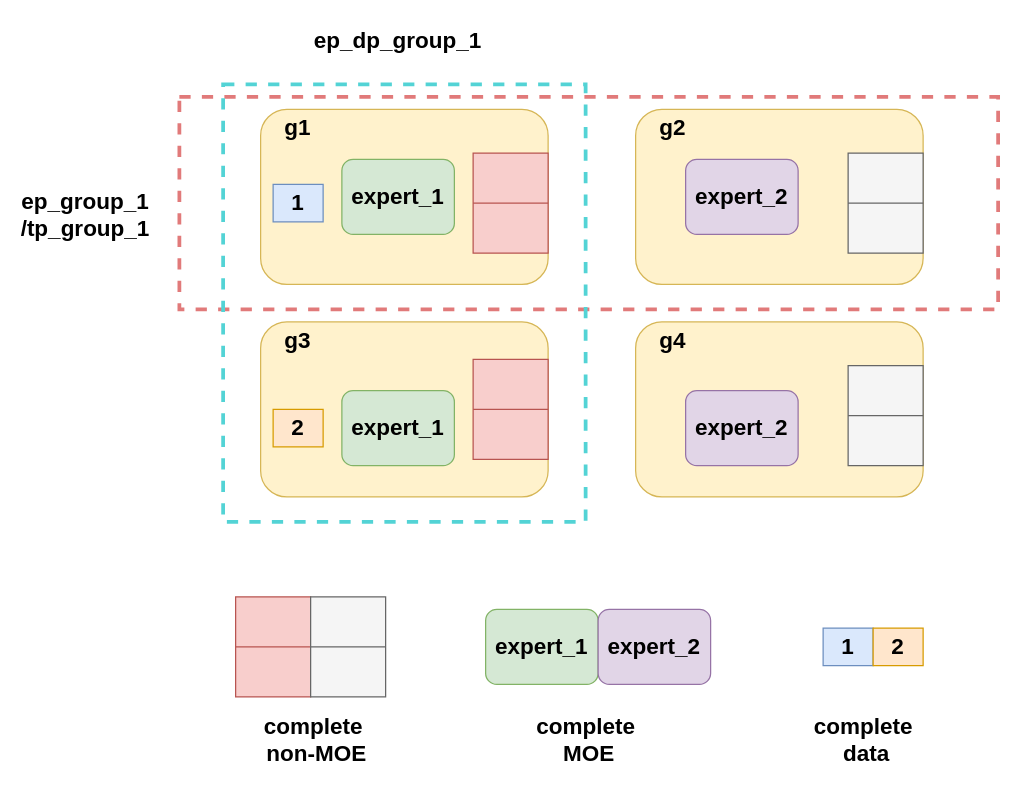
Above: drawio_images/DP2TP2+EP2(DP2).drawio in zty-king/zty-king (draw.io), before the change. Source tidied: cells renumbered, new cells numbered last; positions are measured from the earlier drawing's top-left corner, leaving out a move shared by most shapes. Both pictures are drawn from the tidied source at 125%, with x=0, y=0 at pixel (48, 21).
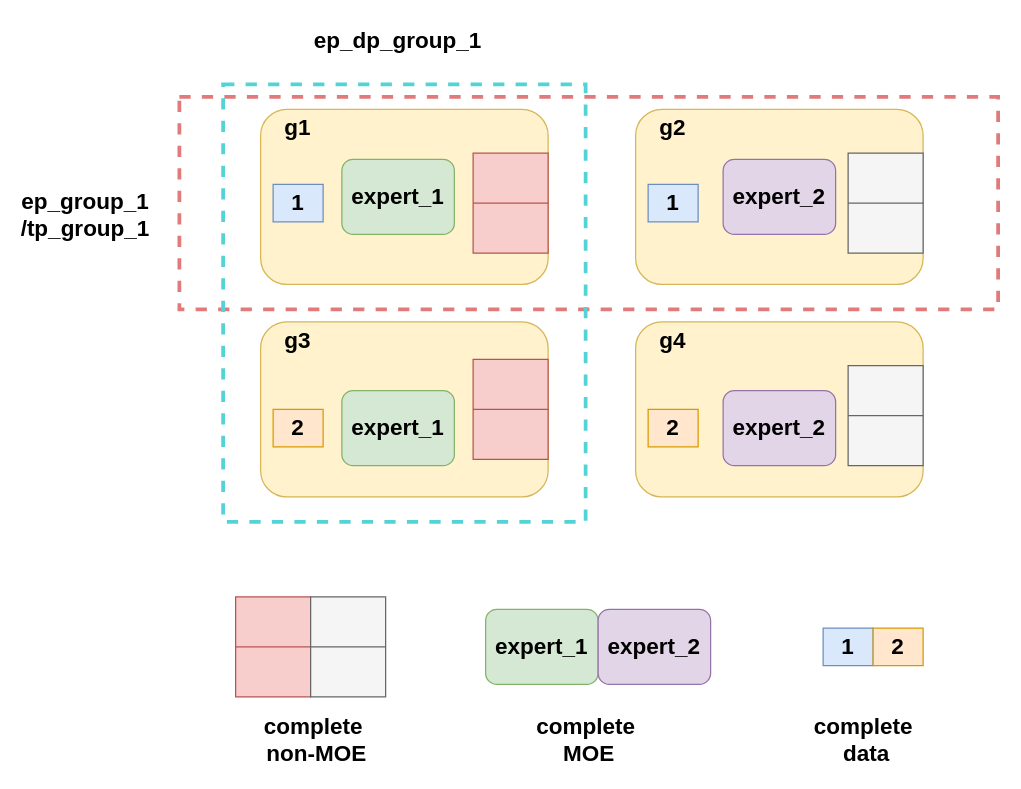
After the change.

What changed in the source:
```diff
@@
     <mxCell id="17" value="&lt;font style=&quot;font-size: 18px;&quot;&gt;&lt;b&gt;expert_2&lt;/b&gt;&lt;/font&gt;" style="rounded=1;whiteSpace=wrap;html=1;fillColor=#e1d5e7;strokeColor=#9673a6;" parent="1" vertex="1">
-      <mxGeometry x="510" y="110" width="90" height="60" as="geometry" />
+      <mxGeometry x="540" y="110" width="90" height="60" as="geometry" />
     </mxCell>
@@
     <mxCell id="19" value="&lt;font style=&quot;font-size: 18px;&quot;&gt;&lt;b&gt;expert_2&lt;/b&gt;&lt;/font&gt;" style="rounded=1;whiteSpace=wrap;html=1;fillColor=#e1d5e7;strokeColor=#9673a6;" parent="1" vertex="1">
-      <mxGeometry x="510" y="295" width="90" height="60" as="geometry" />
+      <mxGeometry x="540" y="295" width="90" height="60" as="geometry" />
     </mxCell>
@@
+    <mxCell id="58" value="&lt;font style=&quot;font-size: 18px;&quot;&gt;&lt;b&gt;1&lt;/b&gt;&lt;/font&gt;" style="rounded=0;whiteSpace=wrap;html=1;fillColor=#dae8fc;strokeColor=#6c8ebf;" parent="1" vertex="1">
+      <mxGeometry x="480" y="130" width="40" height="30" as="geometry" />
+    </mxCell>
+    <mxCell id="59" value="&lt;font style=&quot;font-size: 18px;&quot;&gt;&lt;b&gt;2&lt;/b&gt;&lt;/font&gt;" style="rounded=0;whiteSpace=wrap;html=1;fillColor=#ffe6cc;strokeColor=#d79b00;" parent="1" vertex="1">
+      <mxGeometry x="480" y="310" width="40" height="30" as="geometry" />
+    </mxCell>
```
